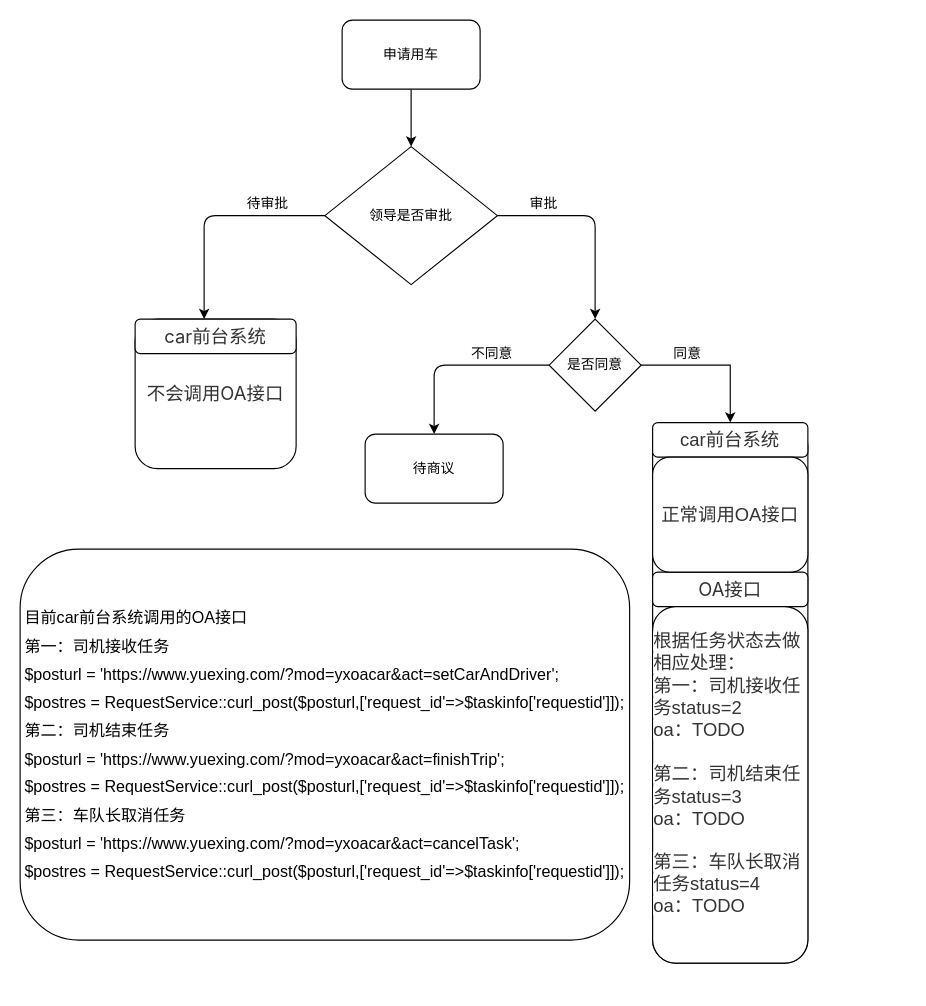
xbmtbc/demo keeps this draw.io diagram as Untitled Diagram.drawio. Above is the earlier version. Source tidied: cells renumbered, new cells numbered last; positions are measured from the earlier drawing's top-left corner, leaving out a move shared by most shapes. Both pictures are drawn from the tidied source at 115%, with x=0, y=0 at pixel (20, 20).
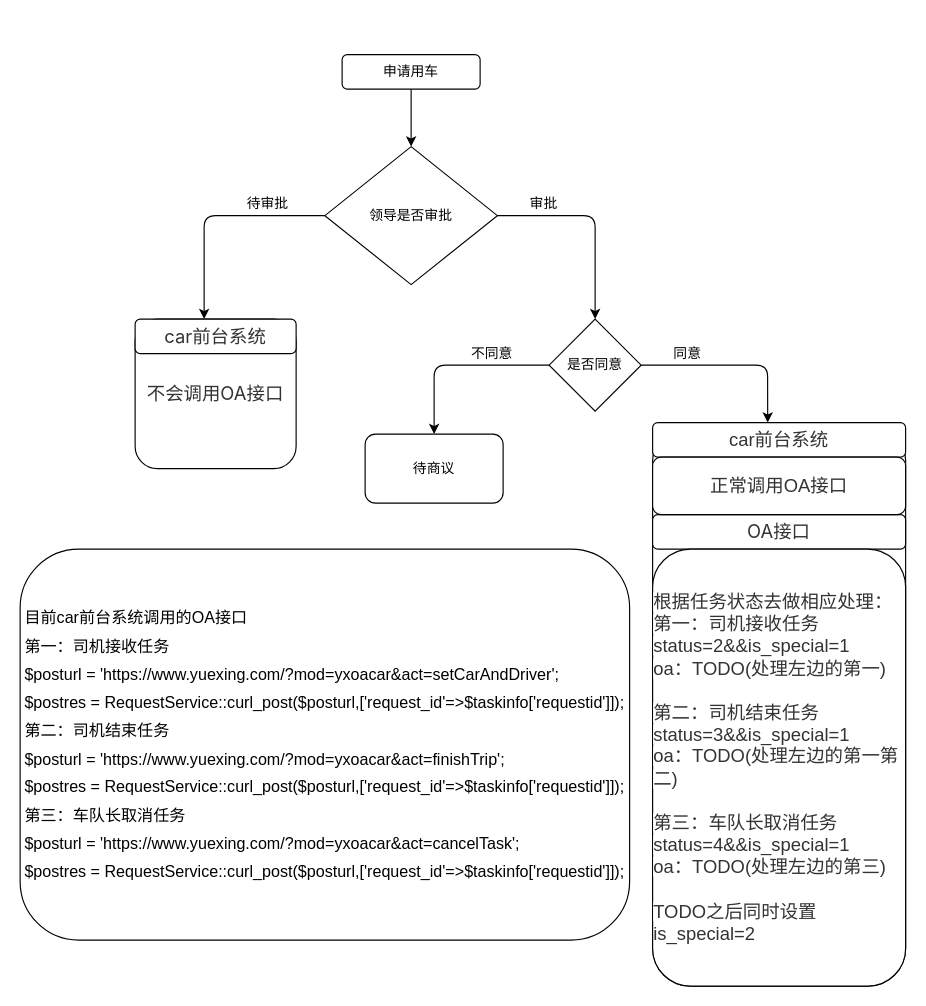
Above is the later version.

The change refers to these unchanged cells:
```xml
<mxCell id="17" value="是否同意" style="rhombus;whiteSpace=wrap;html=1;" parent="1" vertex="1">
  <mxGeometry x="460" y="260" width="80" height="80" as="geometry" />
</mxCell>
```

Diff of the diagram source:
```diff
@@
     <mxCell id="3" value="申请用车" style="rounded=1;whiteSpace=wrap;html=1;" parent="1" vertex="1">
-      <mxGeometry x="280" width="120" height="60" as="geometry" />
+      <mxGeometry x="280" y="30" width="120" height="30" as="geometry" />
     </mxCell>
@@
     <mxCell id="10" style="rounded=1;whiteSpace=wrap;html=1;" parent="1" vertex="1">
-      <mxGeometry x="550" y="350" width="135" height="470" as="geometry" />
+      <mxGeometry x="550" y="350" width="220" height="490" as="geometry" />
     </mxCell>
@@
     <mxCell id="12" value="&lt;div style=&quot;text-align: justify&quot;&gt;&lt;div style=&quot;text-align: left&quot;&gt;&lt;span style=&quot;color: rgb(51 , 51 , 51) ; font-family: , &amp;#34;blinkmacsystemfont&amp;#34; , &amp;#34;apple color emoji&amp;#34; , &amp;#34;segoe ui emoji&amp;#34; , &amp;#34;segoe ui symbol&amp;#34; , &amp;#34;segoe ui&amp;#34; , &amp;#34;pingfang sc&amp;#34; , &amp;#34;hiragino sans gb&amp;#34; , &amp;#34;microsoft yahei&amp;#34; , &amp;#34;helvetica neue&amp;#34; , &amp;#34;helvetica&amp;#34; , &amp;#34;arial&amp;#34; , sans-serif ; font-size: 16px ; background-color: rgb(255 , 255 , 255)&quot;&gt;car前台系统&lt;/span&gt;&lt;br&gt;&lt;/div&gt;&lt;/div&gt;&lt;div style=&quot;text-align: justify&quot;&gt;&lt;/div&gt;" style="rounded=1;whiteSpace=wrap;html=1;" parent="1" vertex="1">
-      <mxGeometry x="550" y="350" width="135" height="30" as="geometry" />
+      <mxGeometry x="550" y="350" width="220" height="30" as="geometry" />
     </mxCell>
     <mxCell id="13" value="&lt;div style=&quot;text-align: justify&quot;&gt;&lt;div style=&quot;text-align: left&quot;&gt;&lt;font color=&quot;#333333&quot; face=&quot;-apple-system, BlinkMacSystemFont, Apple Color Emoji, Segoe UI Emoji, Segoe UI Symbol, Segoe UI, PingFang SC, Hiragino Sans GB, Microsoft YaHei, Helvetica Neue, Helvetica, Arial, sans-serif&quot;&gt;&lt;span style=&quot;font-size: 16px ; background-color: rgb(255 , 255 , 255)&quot;&gt;OA接口&lt;/span&gt;&lt;/font&gt;&lt;/div&gt;&lt;/div&gt;&lt;div style=&quot;text-align: justify&quot;&gt;&lt;/div&gt;" style="rounded=1;whiteSpace=wrap;html=1;" parent="1" vertex="1">
-      <mxGeometry x="550" y="480" width="135" height="30" as="geometry" />
+      <mxGeometry x="550" y="430" width="220" height="30" as="geometry" />
     </mxCell>
     <mxCell id="14" value="&lt;div style=&quot;text-align: justify&quot;&gt;&lt;div style=&quot;text-align: left&quot;&gt;&lt;span style=&quot;color: rgb(51 , 51 , 51) ; font-family: , &amp;#34;blinkmacsystemfont&amp;#34; , &amp;#34;apple color emoji&amp;#34; , &amp;#34;segoe ui emoji&amp;#34; , &amp;#34;segoe ui symbol&amp;#34; , &amp;#34;segoe ui&amp;#34; , &amp;#34;pingfang sc&amp;#34; , &amp;#34;hiragino sans gb&amp;#34; , &amp;#34;microsoft yahei&amp;#34; , &amp;#34;helvetica neue&amp;#34; , &amp;#34;helvetica&amp;#34; , &amp;#34;arial&amp;#34; , sans-serif ; font-size: 16px ; background-color: rgb(255 , 255 , 255)&quot;&gt;正常调用OA接口&lt;/span&gt;&lt;br&gt;&lt;/div&gt;&lt;/div&gt;&lt;div style=&quot;text-align: justify&quot;&gt;&lt;/div&gt;" style="rounded=1;whiteSpace=wrap;html=1;" parent="1" vertex="1">
-      <mxGeometry x="550" y="380" width="135" height="100" as="geometry" />
+      <mxGeometry x="550" y="380" width="220" height="50" as="geometry" />
     </mxCell>
-    <mxCell id="15" value="&lt;div style=&quot;text-align: justify&quot;&gt;&lt;div style=&quot;text-align: left&quot;&gt;&lt;span style=&quot;color: rgb(51 , 51 , 51) ; font-family: , &amp;#34;blinkmacsystemfont&amp;#34; , &amp;#34;apple color emoji&amp;#34; , &amp;#34;segoe ui emoji&amp;#34; , &amp;#34;segoe ui symbol&amp;#34; , &amp;#34;segoe ui&amp;#34; , &amp;#34;pingfang sc&amp;#34; , &amp;#34;hiragino sans gb&amp;#34; , &amp;#34;microsoft yahei&amp;#34; , &amp;#34;helvetica neue&amp;#34; , &amp;#34;helvetica&amp;#34; , &amp;#34;arial&amp;#34; , sans-serif ; font-size: 16px ; background-color: rgb(255 , 255 , 255)&quot;&gt;根据任务状态去做相应处理：&lt;/span&gt;&lt;br&gt;&lt;/div&gt;&lt;div style=&quot;text-align: left&quot;&gt;&lt;span style=&quot;color: rgb(51 , 51 , 51) ; font-family: , &amp;#34;blinkmacsystemfont&amp;#34; , &amp;#34;apple color emoji&amp;#34; , &amp;#34;segoe ui emoji&amp;#34; , &amp;#34;segoe ui symbol&amp;#34; , &amp;#34;segoe ui&amp;#34; , &amp;#34;pingfang sc&amp;#34; , &amp;#34;hiragino sans gb&amp;#34; , &amp;#34;microsoft yahei&amp;#34; , &amp;#34;helvetica neue&amp;#34; , &amp;#34;helvetica&amp;#34; , &amp;#34;arial&amp;#34; , sans-serif ; font-size: 16px ; background-color: rgb(255 , 255 , 255)&quot;&gt;第一：司机接收任务status=2&lt;/span&gt;&lt;/div&gt;&lt;div style=&quot;text-align: left&quot;&gt;&lt;span style=&quot;color: rgb(51 , 51 , 51) ; font-size: 16px ; background-color: rgb(255 , 255 , 255)&quot;&gt;oa：TODO&lt;/span&gt;&lt;span style=&quot;color: rgb(51 , 51 , 51) ; font-family: , &amp;#34;blinkmacsystemfont&amp;#34; , &amp;#34;apple color emoji&amp;#34; , &amp;#34;segoe ui emoji&amp;#34; , &amp;#34;segoe ui symbol&amp;#34; , &amp;#34;segoe ui&amp;#34; , &amp;#34;pingfang sc&amp;#34; , &amp;#34;hiragino sans gb&amp;#34; , &amp;#34;microsoft yahei&amp;#34; , &amp;#34;helvetica neue&amp;#34; , &amp;#34;helvetica&amp;#34; , &amp;#34;arial&amp;#34; , sans-serif ; font-size: 16px ; background-color: rgb(255 , 255 , 255)&quot;&gt;&lt;br&gt;&lt;/span&gt;&lt;/div&gt;&lt;div style=&quot;text-align: left&quot;&gt;&lt;span style=&quot;color: rgb(51 , 51 , 51) ; font-family: , &amp;#34;blinkmacsystemfont&amp;#34; , &amp;#34;apple color emoji&amp;#34; , &amp;#34;segoe ui emoji&amp;#34; , &amp;#34;segoe ui symbol&amp;#34; , &amp;#34;segoe ui&amp;#34; , &amp;#34;pingfang sc&amp;#34; , &amp;#34;hiragino sans gb&amp;#34; , &amp;#34;microsoft yahei&amp;#34; , &amp;#34;helvetica neue&amp;#34; , &amp;#34;helvetica&amp;#34; , &amp;#34;arial&amp;#34; , sans-serif ; font-size: 16px ; background-color: rgb(255 , 255 , 255)&quot;&gt;&lt;br&gt;&lt;/span&gt;&lt;/div&gt;&lt;div style=&quot;text-align: left&quot;&gt;&lt;span style=&quot;color: rgb(51 , 51 , 51) ; font-family: , &amp;#34;blinkmacsystemfont&amp;#34; , &amp;#34;apple color emoji&amp;#34; , &amp;#34;segoe ui emoji&amp;#34; , &amp;#34;segoe ui symbol&amp;#34; , &amp;#34;segoe ui&amp;#34; , &amp;#34;pingfang sc&amp;#34; , &amp;#34;hiragino sans gb&amp;#34; , &amp;#34;microsoft yahei&amp;#34; , &amp;#34;helvetica neue&amp;#34; , &amp;#34;helvetica&amp;#34; , &amp;#34;arial&amp;#34; , sans-serif ; font-size: 16px ; background-color: rgb(255 , 255 , 255)&quot;&gt;第二：司机结束任务status=3&lt;/span&gt;&lt;/div&gt;&lt;div style=&quot;text-align: left&quot;&gt;&lt;span style=&quot;color: rgb(51 , 51 , 51) ; font-family: , &amp;#34;blinkmacsystemfont&amp;#34; , &amp;#34;apple color emoji&amp;#34; , &amp;#34;segoe ui emoji&amp;#34; , &amp;#34;segoe ui symbol&amp;#34; , &amp;#34;segoe ui&amp;#34; , &amp;#34;pingfang sc&amp;#34; , &amp;#34;hiragino sans gb&amp;#34; , &amp;#34;microsoft yahei&amp;#34; , &amp;#34;helvetica neue&amp;#34; , &amp;#34;helvetica&amp;#34; , &amp;#34;arial&amp;#34; , sans-serif ; font-size: 16px ; background-color: rgb(255 , 255 , 255)&quot;&gt;oa：TODO&lt;/span&gt;&lt;/div&gt;&lt;div style=&quot;text-align: left&quot;&gt;&lt;span style=&quot;color: rgb(51 , 51 , 51) ; font-family: , &amp;#34;blinkmacsystemfont&amp;#34; , &amp;#34;apple color emoji&amp;#34; , &amp;#34;segoe ui emoji&amp;#34; , &amp;#34;segoe ui symbol&amp;#34; , &amp;#34;segoe ui&amp;#34; , &amp;#34;pingfang sc&amp;#34; , &amp;#34;hiragino sans gb&amp;#34; , &amp;#34;microsoft yahei&amp;#34; , &amp;#34;helvetica neue&amp;#34; , &amp;#34;helvetica&amp;#34; , &amp;#34;arial&amp;#34; , sans-serif ; font-size: 16px ; background-color: rgb(255 , 255 , 255)&quot;&gt;&lt;br&gt;&lt;/span&gt;&lt;/div&gt;&lt;div style=&quot;text-align: left&quot;&gt;&lt;span style=&quot;color: rgb(51 , 51 , 51) ; font-family: , &amp;#34;blinkmacsystemfont&amp;#34; , &amp;#34;apple color emoji&amp;#34; , &amp;#34;segoe ui emoji&amp;#34; , &amp;#34;segoe ui symbol&amp;#34; , &amp;#34;segoe ui&amp;#34; , &amp;#34;pingfang sc&amp;#34; , &amp;#34;hiragino sans gb&amp;#34; , &amp;#34;microsoft yahei&amp;#34; , &amp;#34;helvetica neue&amp;#34; , &amp;#34;helvetica&amp;#34; , &amp;#34;arial&amp;#34; , sans-serif ; font-size: 16px ; background-color: rgb(255 , 255 , 255)&quot;&gt;第三：车队长取消任务status=4&lt;/span&gt;&lt;/div&gt;&lt;div style=&quot;text-align: left&quot;&gt;&lt;span style=&quot;color: rgb(51 , 51 , 51) ; font-size: 16px ; background-color: rgb(255 , 255 , 255)&quot;&gt;oa：TODO&lt;/span&gt;&lt;span style=&quot;color: rgb(51 , 51 , 51) ; font-family: , &amp;#34;blinkmacsystemfont&amp;#34; , &amp;#34;apple color emoji&amp;#34; , &amp;#34;segoe ui emoji&amp;#34; , &amp;#34;segoe ui symbol&amp;#34; , &amp;#34;segoe ui&amp;#34; , &amp;#34;pingfang sc&amp;#34; , &amp;#34;hiragino sans gb&amp;#34; , &amp;#34;microsoft yahei&amp;#34; , &amp;#34;helvetica neue&amp;#34; , &amp;#34;helvetica&amp;#34; , &amp;#34;arial&amp;#34; , sans-serif ; font-size: 16px ; background-color: rgb(255 , 255 , 255)&quot;&gt;&lt;br&gt;&lt;/span&gt;&lt;/div&gt;&lt;div style=&quot;text-align: left&quot;&gt;&lt;span style=&quot;color: rgb(51 , 51 , 51) ; font-family: , &amp;#34;blinkmacsystemfont&amp;#34; , &amp;#34;apple color emoji&amp;#34; , &amp;#34;segoe ui emoji&amp;#34; , &amp;#34;segoe ui symbol&amp;#34; , &amp;#34;segoe ui&amp;#34; , &amp;#34;pingfang sc&amp;#34; , &amp;#34;hiragino sans gb&amp;#34; , &amp;#34;microsoft yahei&amp;#34; , &amp;#34;helvetica neue&amp;#34; , &amp;#34;helvetica&amp;#34; , &amp;#34;arial&amp;#34; , sans-serif ; font-size: 16px ; background-color: rgb(255 , 255 , 255)&quot;&gt;&lt;br&gt;&lt;/span&gt;&lt;/div&gt;&lt;/div&gt;&lt;div style=&quot;text-align: justify&quot;&gt;&lt;/div&gt;" style="rounded=1;whiteSpace=wrap;html=1;" parent="1" vertex="1">
-      <mxGeometry x="550" y="510" width="135" height="310" as="geometry" />
+    <mxCell id="15" value="&lt;div style=&quot;text-align: justify&quot;&gt;&lt;div style=&quot;text-align: left&quot;&gt;&lt;span style=&quot;color: rgb(51 , 51 , 51) ; font-family: , &amp;#34;blinkmacsystemfont&amp;#34; , &amp;#34;apple color emoji&amp;#34; , &amp;#34;segoe ui emoji&amp;#34; , &amp;#34;segoe ui symbol&amp;#34; , &amp;#34;segoe ui&amp;#34; , &amp;#34;pingfang sc&amp;#34; , &amp;#34;hiragino sans gb&amp;#34; , &amp;#34;microsoft yahei&amp;#34; , &amp;#34;helvetica neue&amp;#34; , &amp;#34;helvetica&amp;#34; , &amp;#34;arial&amp;#34; , sans-serif ; font-size: 16px ; background-color: rgb(255 , 255 , 255)&quot;&gt;&lt;br&gt;&lt;/span&gt;&lt;/div&gt;&lt;div style=&quot;text-align: left&quot;&gt;&lt;span style=&quot;color: rgb(51 , 51 , 51) ; font-family: , &amp;#34;blinkmacsystemfont&amp;#34; , &amp;#34;apple color emoji&amp;#34; , &amp;#34;segoe ui emoji&amp;#34; , &amp;#34;segoe ui symbol&amp;#34; , &amp;#34;segoe ui&amp;#34; , &amp;#34;pingfang sc&amp;#34; , &amp;#34;hiragino sans gb&amp;#34; , &amp;#34;microsoft yahei&amp;#34; , &amp;#34;helvetica neue&amp;#34; , &amp;#34;helvetica&amp;#34; , &amp;#34;arial&amp;#34; , sans-serif ; font-size: 16px ; background-color: rgb(255 , 255 , 255)&quot;&gt;根据任务状态去做相应处理：&lt;/span&gt;&lt;br&gt;&lt;/div&gt;&lt;div style=&quot;text-align: left&quot;&gt;&lt;span style=&quot;color: rgb(51 , 51 , 51) ; font-family: , &amp;#34;blinkmacsystemfont&amp;#34; , &amp;#34;apple color emoji&amp;#34; , &amp;#34;segoe ui emoji&amp;#34; , &amp;#34;segoe ui symbol&amp;#34; , &amp;#34;segoe ui&amp;#34; , &amp;#34;pingfang sc&amp;#34; , &amp;#34;hiragino sans gb&amp;#34; , &amp;#34;microsoft yahei&amp;#34; , &amp;#34;helvetica neue&amp;#34; , &amp;#34;helvetica&amp;#34; , &amp;#34;arial&amp;#34; , sans-serif ; font-size: 16px ; background-color: rgb(255 , 255 , 255)&quot;&gt;第一：司机接收任务status=2&amp;amp;&amp;amp;&lt;/span&gt;&lt;span style=&quot;text-align: justify ; font-size: 16px&quot;&gt;&lt;font color=&quot;#333333&quot;&gt;is_special=1&lt;/font&gt;&lt;/span&gt;&lt;/div&gt;&lt;div style=&quot;text-align: left&quot;&gt;&lt;span style=&quot;color: rgb(51 , 51 , 51) ; font-size: 16px ; background-color: rgb(255 , 255 , 255)&quot;&gt;oa：TODO(处理左边的第一&lt;/span&gt;&lt;span style=&quot;color: rgb(51 , 51 , 51) ; font-size: 16px ; text-align: justify ; background-color: rgb(255 , 255 , 255)&quot;&gt;)&lt;/span&gt;&lt;/div&gt;&lt;div style=&quot;text-align: left&quot;&gt;&lt;span style=&quot;color: rgb(51 , 51 , 51) ; font-family: , &amp;#34;blinkmacsystemfont&amp;#34; , &amp;#34;apple color emoji&amp;#34; , &amp;#34;segoe ui emoji&amp;#34; , &amp;#34;segoe ui symbol&amp;#34; , &amp;#34;segoe ui&amp;#34; , &amp;#34;pingfang sc&amp;#34; , &amp;#34;hiragino sans gb&amp;#34; , &amp;#34;microsoft yahei&amp;#34; , &amp;#34;helvetica neue&amp;#34; , &amp;#34;helvetica&amp;#34; , &amp;#34;arial&amp;#34; , sans-serif ; font-size: 16px ; background-color: rgb(255 , 255 , 255)&quot;&gt;&lt;br&gt;&lt;/span&gt;&lt;/div&gt;&lt;div style=&quot;text-align: left&quot;&gt;&lt;span style=&quot;color: rgb(51 , 51 , 51) ; font-family: , &amp;#34;blinkmacsystemfont&amp;#34; , &amp;#34;apple color emoji&amp;#34; , &amp;#34;segoe ui emoji&amp;#34; , &amp;#34;segoe ui symbol&amp;#34; , &amp;#34;segoe ui&amp;#34; , &amp;#34;pingfang sc&amp;#34; , &amp;#34;hiragino sans gb&amp;#34; , &amp;#34;microsoft yahei&amp;#34; , &amp;#34;helvetica neue&amp;#34; , &amp;#34;helvetica&amp;#34; , &amp;#34;arial&amp;#34; , sans-serif ; font-size: 16px ; background-color: rgb(255 , 255 , 255)&quot;&gt;第二：司机结束任务status=3&lt;/span&gt;&lt;span style=&quot;color: rgb(51 , 51 , 51) ; font-size: 16px ; background-color: rgb(255 , 255 , 255)&quot;&gt;&amp;amp;&amp;amp;&lt;/span&gt;&lt;span style=&quot;text-align: justify ; font-size: 16px&quot;&gt;&lt;font color=&quot;#333333&quot;&gt;is_special=1&lt;/font&gt;&lt;/span&gt;&lt;/div&gt;&lt;div style=&quot;text-align: left&quot;&gt;&lt;span style=&quot;color: rgb(51 , 51 , 51) ; font-family: , &amp;#34;blinkmacsystemfont&amp;#34; , &amp;#34;apple color emoji&amp;#34; , &amp;#34;segoe ui emoji&amp;#34; , &amp;#34;segoe ui symbol&amp;#34; , &amp;#34;segoe ui&amp;#34; , &amp;#34;pingfang sc&amp;#34; , &amp;#34;hiragino sans gb&amp;#34; , &amp;#34;microsoft yahei&amp;#34; , &amp;#34;helvetica neue&amp;#34; , &amp;#34;helvetica&amp;#34; , &amp;#34;arial&amp;#34; , sans-serif ; font-size: 16px ; background-color: rgb(255 , 255 , 255)&quot;&gt;oa：TODO(&lt;/span&gt;&lt;span style=&quot;background-color: rgb(255 , 255 , 255) ; color: rgb(51 , 51 , 51) ; font-size: 16px&quot;&gt;处理左边的第一第二&lt;/span&gt;&lt;span style=&quot;background-color: rgb(255 , 255 , 255) ; color: rgb(51 , 51 , 51) ; font-size: 16px&quot;&gt;)&lt;/span&gt;&lt;/div&gt;&lt;div style=&quot;text-align: left&quot;&gt;&lt;span style=&quot;color: rgb(51 , 51 , 51) ; font-family: , &amp;#34;blinkmacsystemfont&amp;#34; , &amp;#34;apple color emoji&amp;#34; , &amp;#34;segoe ui emoji&amp;#34; , &amp;#34;segoe ui symbol&amp;#34; , &amp;#34;segoe ui&amp;#34; , &amp;#34;pingfang sc&amp;#34; , &amp;#34;hiragino sans gb&amp;#34; , &amp;#34;microsoft yahei&amp;#34; , &amp;#34;helvetica neue&amp;#34; , &amp;#34;helvetica&amp;#34; , &amp;#34;arial&amp;#34; , sans-serif ; font-size: 16px ; background-color: rgb(255 , 255 , 255)&quot;&gt;&lt;br&gt;&lt;/span&gt;&lt;/div&gt;&lt;div style=&quot;text-align: left&quot;&gt;&lt;span style=&quot;color: rgb(51 , 51 , 51) ; font-family: , &amp;#34;blinkmacsystemfont&amp;#34; , &amp;#34;apple color emoji&amp;#34; , &amp;#34;segoe ui emoji&amp;#34; , &amp;#34;segoe ui symbol&amp;#34; , &amp;#34;segoe ui&amp;#34; , &amp;#34;pingfang sc&amp;#34; , &amp;#34;hiragino sans gb&amp;#34; , &amp;#34;microsoft yahei&amp;#34; , &amp;#34;helvetica neue&amp;#34; , &amp;#34;helvetica&amp;#34; , &amp;#34;arial&amp;#34; , sans-serif ; font-size: 16px ; background-color: rgb(255 , 255 , 255)&quot;&gt;第三：车队长取消任务status=4&lt;/span&gt;&lt;span style=&quot;color: rgb(51 , 51 , 51) ; font-size: 16px ; background-color: rgb(255 , 255 , 255)&quot;&gt;&amp;amp;&amp;amp;&lt;/span&gt;&lt;span style=&quot;text-align: justify ; font-size: 16px&quot;&gt;&lt;font color=&quot;#333333&quot;&gt;is_special=1&lt;/font&gt;&lt;/span&gt;&lt;/div&gt;&lt;div style=&quot;text-align: left&quot;&gt;&lt;span style=&quot;color: rgb(51 , 51 , 51) ; font-size: 16px ; background-color: rgb(255 , 255 , 255)&quot;&gt;oa：TODO(&lt;/span&gt;&lt;span style=&quot;background-color: rgb(255 , 255 , 255) ; color: rgb(51 , 51 , 51) ; font-size: 16px&quot;&gt;处理左边的第三&lt;/span&gt;&lt;span style=&quot;background-color: rgb(255 , 255 , 255) ; color: rgb(51 , 51 , 51) ; font-size: 16px&quot;&gt;)&lt;/span&gt;&lt;/div&gt;&lt;div style=&quot;text-align: left&quot;&gt;&lt;span style=&quot;background-color: rgb(255 , 255 , 255) ; color: rgb(51 , 51 , 51) ; font-size: 16px&quot;&gt;&lt;br&gt;&lt;/span&gt;&lt;/div&gt;&lt;div style=&quot;text-align: left&quot;&gt;&lt;span style=&quot;background-color: rgb(255 , 255 , 255) ; color: rgb(51 , 51 , 51) ; font-size: 16px&quot;&gt;TODO之后同时&lt;/span&gt;&lt;span style=&quot;color: rgb(51 , 51 , 51) ; font-size: 16px ; background-color: rgb(255 , 255 , 255)&quot;&gt;设置&lt;/span&gt;&lt;span style=&quot;text-align: justify ; color: rgb(51 , 51 , 51) ; font-size: 16px&quot;&gt;is_special=2&lt;/span&gt;&lt;/div&gt;&lt;div style=&quot;text-align: left&quot;&gt;&lt;span style=&quot;color: rgb(51 , 51 , 51) ; font-family: , &amp;#34;blinkmacsystemfont&amp;#34; , &amp;#34;apple color emoji&amp;#34; , &amp;#34;segoe ui emoji&amp;#34; , &amp;#34;segoe ui symbol&amp;#34; , &amp;#34;segoe ui&amp;#34; , &amp;#34;pingfang sc&amp;#34; , &amp;#34;hiragino sans gb&amp;#34; , &amp;#34;microsoft yahei&amp;#34; , &amp;#34;helvetica neue&amp;#34; , &amp;#34;helvetica&amp;#34; , &amp;#34;arial&amp;#34; , sans-serif ; font-size: 16px ; background-color: rgb(255 , 255 , 255)&quot;&gt;&lt;br&gt;&lt;/span&gt;&lt;/div&gt;&lt;/div&gt;&lt;div style=&quot;text-align: justify&quot;&gt;&lt;/div&gt;" style="rounded=1;whiteSpace=wrap;html=1;" parent="1" vertex="1">
+      <mxGeometry x="550" y="460" width="220" height="380" as="geometry" />
     </mxCell>
-    <mxCell id="16" style="edgeStyle=orthogonalEdgeStyle;rounded=0;jettySize=auto;html=1;exitX=1;exitY=0.5;exitDx=0;exitDy=0;entryX=0.5;entryY=0;entryDx=0;entryDy=0;" parent="1" edge="1" source="17" target="12">
-      <mxGeometry relative="1" as="geometry" />
-    </mxCell>
@@
+    <mxCell id="16" style="endArrow=classic;html=1;exitX=1;exitY=0.5;exitDx=0;exitDy=0;entryX=0.455;entryY=0;entryDx=0;entryDy=0;entryPerimeter=0;" parent="1" edge="1" source="17" target="12">
+      <mxGeometry relative="1" as="geometry">
+        <Array as="points">
+          <mxPoint x="650" y="300" />
+          <mxPoint x="650" y="330" />
+        </Array>
+      </mxGeometry>
+    </mxCell>
```
